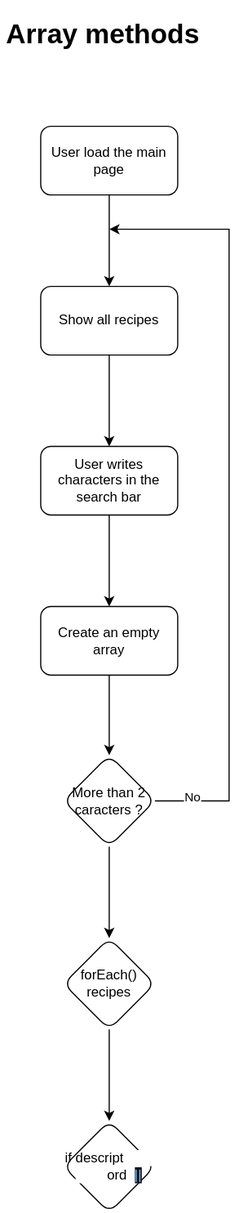
Before: filterByKeywords.svg, a diagram exported from draw.io (nitatemic/Les-Petits-Plats_Alexandre_de_lemeny_makedone_202207). Source tidied: cells renumbered, new cells last; positions are measured from the earlier drawing's top-left corner, leaving out a move shared by most shapes.
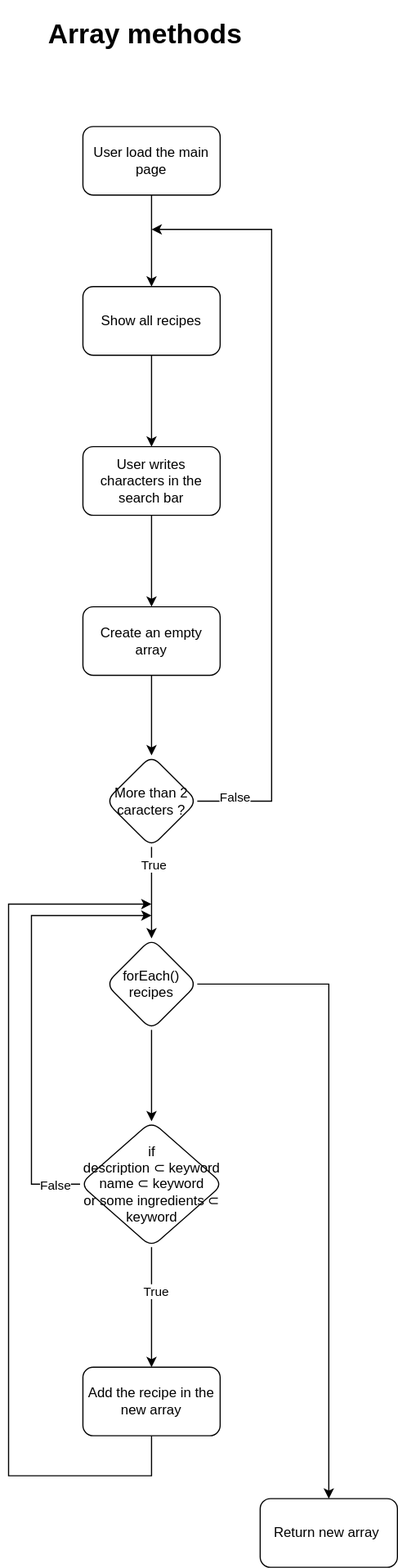
After the commit.

Commit message:
Mettre à jour filterByKeywords.svg

The edit, as a diff of the source:
```diff
@@ -38,23 +38,65 @@
         </Array>
       </mxGeometry>
     </mxCell>
-    <mxCell id="12" value="No" style="edgeLabel;html=1;align=center;verticalAlign=middle;" parent="11" vertex="1">
+    <mxCell id="12" value="False" style="edgeLabel;html=1;align=center;verticalAlign=middle;" parent="11" vertex="1">
       <mxGeometry x="-0.9" y="4" relative="1" as="geometry" />
     </mxCell>
     <mxCell id="13" style="edgeStyle=orthogonalEdgeStyle;rounded=0;jettySize=auto;html=1;" parent="1" edge="1" source="14" target="16">
       <mxGeometry relative="1" as="geometry" />
     </mxCell>
+    <mxCell id="18" value="True" style="edgeLabel;html=1;align=center;verticalAlign=middle;fontColor=#000000;" parent="13" vertex="1">
+      <mxGeometry x="-0.62" y="1" relative="1" as="geometry" />
+    </mxCell>
     <mxCell id="14" value="More than 2 caracters ?" style="rhombus;whiteSpace=wrap;html=1;rounded=1;" parent="1" vertex="1">
       <mxGeometry x="55" y="650" width="80" height="80" as="geometry" />
     </mxCell>
-    <mxCell id="15" style="edgeStyle=orthogonalEdgeStyle;rounded=0;jettySize=auto;html=1;" parent="1" edge="1" source="16" target="17">
-      <mxGeometry relative="1" as="geometry" />
-    </mxCell>
+    <mxCell id="19" style="edgeStyle=orthogonalEdgeStyle;rounded=0;jettySize=auto;html=1;fontColor=#000000;" parent="1" edge="1" source="16" target="25">
+      <mxGeometry relative="1" as="geometry" />
+    </mxCell>
+    <mxCell id="20" style="edgeStyle=orthogonalEdgeStyle;rounded=0;jettySize=auto;html=1;fontColor=#000000;" parent="1" edge="1" source="16" target="28">
+      <mxGeometry relative="1" as="geometry" />
+    </mxCell>
     <mxCell id="16" value="forEach() recipes" style="rhombus;whiteSpace=wrap;html=1;rounded=1;" parent="1" vertex="1">
       <mxGeometry x="55" y="810" width="80" height="80" as="geometry" />
     </mxCell>
-    <mxCell id="17" value="if descript&lt;font color=&quot;#ffffff&quot; style=&quot;background-color: rgb(255 , 255 , 255)&quot;&gt;ion c keyw&lt;/font&gt;ord&amp;nbsp;&lt;span style=&quot;color: rgb(121 , 192 , 255) ; font-family: , , &amp;#34;sf mono&amp;#34; , &amp;#34;menlo&amp;#34; , &amp;#34;consolas&amp;#34; , &amp;#34;liberation mono&amp;#34; , monospace ; background-color: rgb(13 , 17 , 23)&quot;&gt;||&lt;/span&gt;" style="rhombus;whiteSpace=wrap;html=1;rounded=1;" parent="1" vertex="1">
-      <mxGeometry x="55" y="970" width="80" height="80" as="geometry" />
-    </mxCell>
+    <mxCell id="21" style="edgeStyle=orthogonalEdgeStyle;rounded=0;jettySize=auto;html=1;fontColor=#000000;" parent="1" edge="1" source="25" target="27">
+      <mxGeometry relative="1" as="geometry" />
+    </mxCell>
+    <mxCell id="22" value="True" style="edgeLabel;html=1;align=center;verticalAlign=middle;fontColor=#000000;" parent="21" vertex="1">
+      <mxGeometry x="-0.28" y="3" relative="1" as="geometry" />
+    </mxCell>
+    <mxCell id="23" style="edgeStyle=orthogonalEdgeStyle;rounded=0;jettySize=auto;html=1;fontColor=#000000;" parent="1" edge="1" source="25">
+      <mxGeometry relative="1" as="geometry">
+        <mxPoint x="95" y="790" as="targetPoint" />
+        <Array as="points">
+          <mxPoint x="-10" y="1025" />
+          <mxPoint x="-10" y="790" />
+        </Array>
+      </mxGeometry>
+    </mxCell>
+    <mxCell id="24" value="False" style="edgeLabel;html=1;align=center;verticalAlign=middle;fontColor=#000000;" parent="23" vertex="1">
+      <mxGeometry x="-0.93" y="2" relative="1" as="geometry">
+        <mxPoint x="-8" y="-2" as="offset" />
+      </mxGeometry>
+    </mxCell>
+    <mxCell id="25" value="if &lt;br&gt;description ⊂ keyword&lt;br&gt;name ⊂ keyword&lt;br&gt;or some ingredients ⊂ keyword" style="rhombus;whiteSpace=wrap;html=1;rounded=1;" parent="1" vertex="1">
+      <mxGeometry x="32.5" y="970" width="125" height="110" as="geometry" />
+    </mxCell>
+    <mxCell id="26" style="edgeStyle=orthogonalEdgeStyle;rounded=0;jettySize=auto;html=1;fontColor=#000000;" parent="1" edge="1" source="27">
+      <mxGeometry relative="1" as="geometry">
+        <mxPoint x="95" y="780" as="targetPoint" />
+        <Array as="points">
+          <mxPoint x="95" y="1280" />
+          <mxPoint x="-30" y="1280" />
+          <mxPoint x="-30" y="780" />
+        </Array>
+      </mxGeometry>
+    </mxCell>
+    <mxCell id="27" value="Add the recipe in the new array" style="whiteSpace=wrap;html=1;rounded=1;" parent="1" vertex="1">
+      <mxGeometry x="35" y="1185" width="120" height="60" as="geometry" />
+    </mxCell>
+    <mxCell id="28" value="Return new array&amp;nbsp;" style="rounded=1;whiteSpace=wrap;html=1;labelBackgroundColor=#FFFFFF;fontColor=#000000;fillColor=default;" parent="1" vertex="1">
+      <mxGeometry x="190" y="1300" width="120" height="60" as="geometry" />
+    </mxCell>
   </root>
 </mxGraphModel>
```
